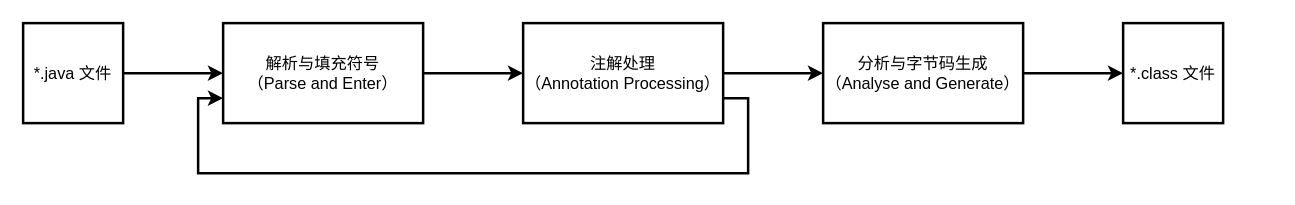
Above: javac 的编译过程/javac 的编译过程.drawio in zero-97/picture-of-the-article (draw.io), before the change. Source tidied: cells renumbered, new cells numbered last; positions are measured from the earlier drawing's top-left corner, leaving out a move shared by most shapes. Both pictures are drawn from the tidied source at 125%, with x=0, y=0 at pixel (22, 22).
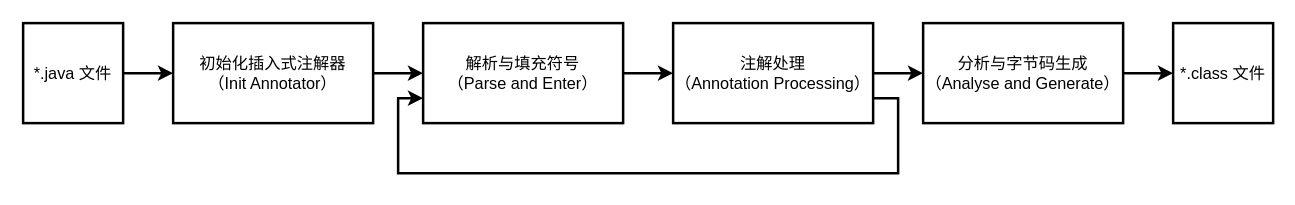
The same page after the edit.

Commit message (it also covers changes not shown here):
Update javac 的编译过程.drawio

What changed in the source:
```diff
@@
 <mxGraphModel>
   <root>
     <mxCell id="0" />
     <mxCell id="1" parent="0" />
-    <mxCell id="2" style="edgeStyle=orthogonalEdgeStyle;rounded=0;jettySize=auto;html=1;fontSize=13;strokeWidth=2;" parent="1" edge="1" source="3" target="5">
-      <mxGeometry relative="1" as="geometry" />
-    </mxCell>
+    <mxCell id="12" style="edgeStyle=orthogonalEdgeStyle;rounded=0;jettySize=auto;html=1;fontSize=13;strokeWidth=2;" parent="1" edge="1" source="3" target="14">
+      <mxGeometry relative="1" as="geometry" />
+    </mxCell>
     <mxCell id="3" value="*.java 文件" style="rounded=0;whiteSpace=wrap;html=1;fontSize=13;strokeWidth=2;" parent="1" vertex="1">
       <mxGeometry width="80" height="80" as="geometry" />
     </mxCell>
     <mxCell id="4" style="edgeStyle=orthogonalEdgeStyle;rounded=0;jettySize=auto;html=1;fontSize=13;strokeWidth=2;" parent="1" edge="1" source="5" target="8">
       <mxGeometry relative="1" as="geometry" />
     </mxCell>
     <mxCell id="5" value="解析与填充符号&lt;br style=&quot;font-size: 13px;&quot;&gt;（Parse and Enter）" style="rounded=0;whiteSpace=wrap;html=1;fontSize=13;strokeWidth=2;" parent="1" vertex="1">
-      <mxGeometry x="160" width="160" height="80" as="geometry" />
+      <mxGeometry x="320" width="160" height="80" as="geometry" />
     </mxCell>
     <mxCell id="6" style="edgeStyle=orthogonalEdgeStyle;rounded=0;jettySize=auto;html=1;fontSize=13;strokeWidth=2;" parent="1" edge="1" source="8" target="10">
       <mxGeometry relative="1" as="geometry" />
     </mxCell>
     <mxCell id="7" style="edgeStyle=orthogonalEdgeStyle;rounded=0;jettySize=auto;html=1;entryX=0;entryY=0.75;entryDx=0;entryDy=0;fontSize=13;exitX=1;exitY=0.75;exitDx=0;exitDy=0;strokeWidth=2;" parent="1" edge="1" source="8" target="5">
       <mxGeometry relative="1" as="geometry">
         <Array as="points">
-          <mxPoint x="580" y="60" />
-          <mxPoint x="580" y="120" />
-          <mxPoint x="140" y="120" />
-          <mxPoint x="140" y="60" />
+          <mxPoint x="700" y="60" />
+          <mxPoint x="700" y="120" />
+          <mxPoint x="300" y="120" />
+          <mxPoint x="300" y="60" />
         </Array>
       </mxGeometry>
     </mxCell>
     <mxCell id="8" value="注解处理&lt;br style=&quot;font-size: 13px;&quot;&gt;（Annotation Processing）" style="rounded=0;whiteSpace=wrap;html=1;fontSize=13;strokeWidth=2;" parent="1" vertex="1">
-      <mxGeometry x="400" width="160" height="80" as="geometry" />
+      <mxGeometry x="520" width="160" height="80" as="geometry" />
     </mxCell>
     <mxCell id="9" style="edgeStyle=orthogonalEdgeStyle;rounded=0;jettySize=auto;html=1;fontSize=13;strokeWidth=2;" parent="1" edge="1" source="10" target="11">
       <mxGeometry relative="1" as="geometry" />
     </mxCell>
     <mxCell id="10" value="分析与字节码生成&lt;br style=&quot;font-size: 13px;&quot;&gt;（Analyse and Generate）" style="rounded=0;whiteSpace=wrap;html=1;fontSize=13;strokeWidth=2;" parent="1" vertex="1">
-      <mxGeometry x="640" width="160" height="80" as="geometry" />
+      <mxGeometry x="720" width="160" height="80" as="geometry" />
     </mxCell>
     <mxCell id="11" value="*.class 文件" style="rounded=0;whiteSpace=wrap;html=1;fontSize=13;strokeWidth=2;" parent="1" vertex="1">
-      <mxGeometry x="880" width="80" height="80" as="geometry" />
+      <mxGeometry x="920" width="80" height="80" as="geometry" />
     </mxCell>
+    <mxCell id="13" style="edgeStyle=orthogonalEdgeStyle;rounded=0;jettySize=auto;html=1;fontSize=13;strokeWidth=2;" parent="1" edge="1" source="14" target="5">
+      <mxGeometry relative="1" as="geometry" />
+    </mxCell>
+    <mxCell id="14" value="初始化插入式注解器&lt;br&gt;（Init Annotator）" style="rounded=0;whiteSpace=wrap;html=1;fontSize=13;strokeWidth=2;" parent="1" vertex="1">
+      <mxGeometry x="120" width="160" height="80" as="geometry" />
+    </mxCell>
   </root>
 </mxGraphModel>
```
